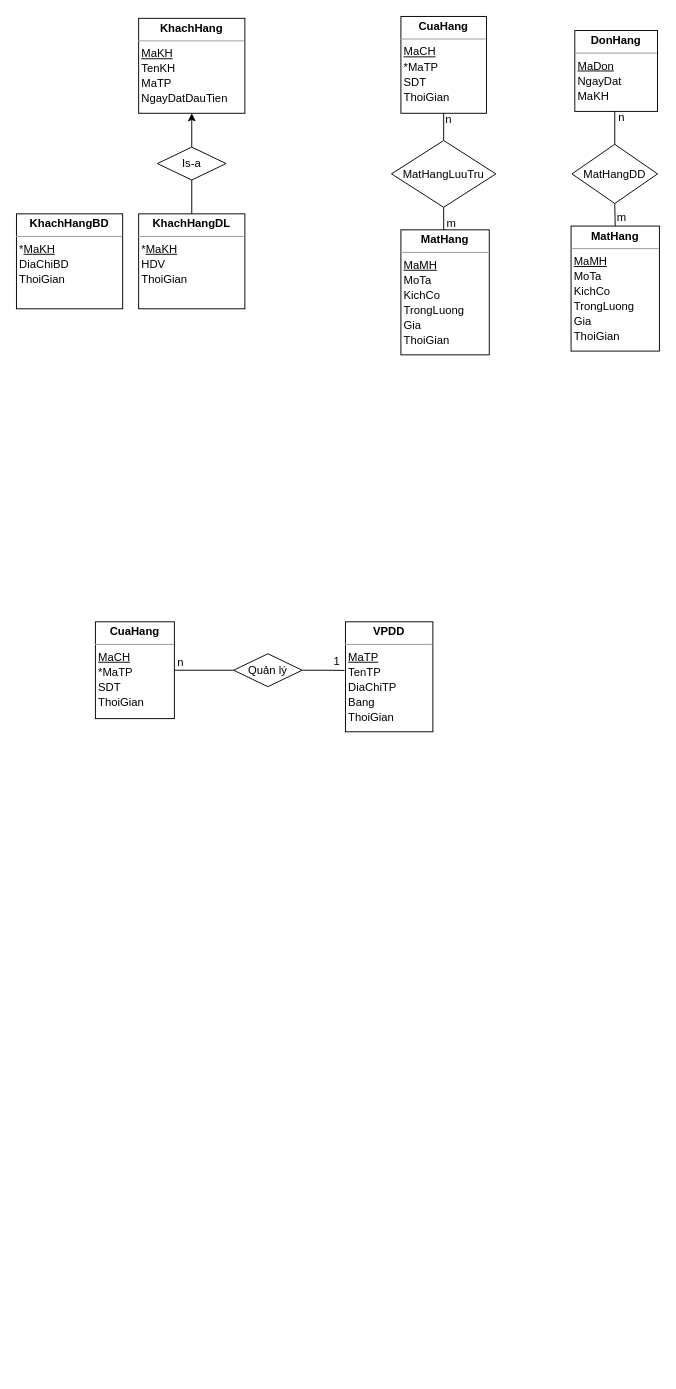
huybach2509/test2 keeps this draw.io diagram as data warehouse.drawio. Above is the earlier version. Source tidied: cells renumbered, new cells numbered last; positions are measured from the earlier drawing's top-left corner, leaving out a move shared by most shapes. Both pictures are drawn from the tidied source at 94%, with x=0, y=0 at pixel (16, 16).
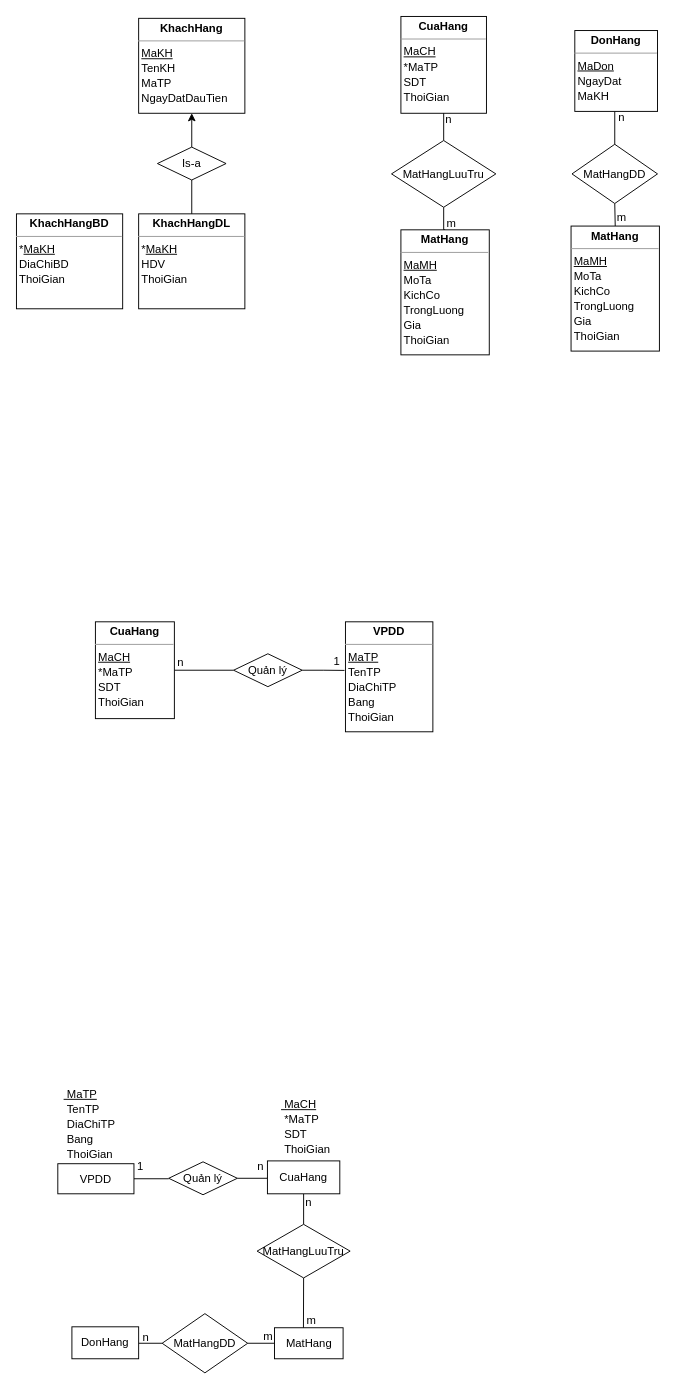
After the change.

The edit, as a diff of the source:
```diff
@@
+    <mxCell id="29" style="edgeStyle=orthogonalEdgeStyle;rounded=0;jettySize=auto;html=1;exitX=1;exitY=0.5;exitDx=0;exitDy=0;entryX=0;entryY=0.5;entryDx=0;entryDy=0;endArrow=none;endFill=0;exitPerimeter=0;" parent="1" edge="1" source="36" target="31">
+      <mxGeometry relative="1" as="geometry" />
+    </mxCell>
+    <mxCell id="30" style="edgeStyle=orthogonalEdgeStyle;rounded=0;jettySize=auto;html=1;exitX=1;exitY=0.5;exitDx=0;exitDy=0;entryX=0;entryY=0.5;entryDx=0;entryDy=0;endArrow=none;endFill=0;" parent="1" edge="1" source="31" target="38">
+      <mxGeometry relative="1" as="geometry" />
+    </mxCell>
+    <mxCell id="31" value="Quản lý" style="rhombus;whiteSpace=wrap;html=1;" parent="1" vertex="1">
+      <mxGeometry x="162" y="1218.5" width="73" height="35" as="geometry" />
+    </mxCell>
+    <mxCell id="32" value="n" style="text;html=1;strokeColor=none;fillColor=none;align=center;verticalAlign=middle;whiteSpace=wrap;rounded=0;" parent="1" vertex="1">
+      <mxGeometry x="230" y="1209" width="60" height="30" as="geometry" />
+    </mxCell>
+    <mxCell id="33" value="1" style="text;html=1;strokeColor=none;fillColor=none;align=center;verticalAlign=middle;whiteSpace=wrap;rounded=0;" parent="1" vertex="1">
+      <mxGeometry x="102" y="1209" width="60" height="30" as="geometry" />
+    </mxCell>
+    <mxCell id="34" value="&lt;div style=&quot;border-color: var(--border-color); text-align: left; height: 2px;&quot;&gt;&lt;u style=&quot;border-color: var(--border-color);&quot;&gt;&amp;nbsp;MaTP&lt;/u&gt;&lt;/div&gt;&lt;div style=&quot;border-color: var(--border-color); text-align: left; height: 2px;&quot;&gt;&lt;br style=&quot;border-color: var(--border-color);&quot;&gt;&lt;/div&gt;&lt;div style=&quot;border-color: var(--border-color); text-align: left; height: 2px;&quot;&gt;&lt;br style=&quot;border-color: var(--border-color);&quot;&gt;&lt;/div&gt;&lt;div style=&quot;border-color: var(--border-color); text-align: left; height: 2px;&quot;&gt;&lt;br style=&quot;border-color: var(--border-color);&quot;&gt;&lt;/div&gt;&lt;div style=&quot;border-color: var(--border-color); text-align: left; height: 2px;&quot;&gt;&lt;br style=&quot;border-color: var(--border-color);&quot;&gt;&lt;/div&gt;&lt;div style=&quot;border-color: var(--border-color); text-align: left; height: 2px;&quot;&gt;&lt;br style=&quot;border-color: var(--border-color);&quot;&gt;&lt;/div&gt;&lt;div style=&quot;border-color: var(--border-color); text-align: left; height: 2px;&quot;&gt;&lt;br style=&quot;border-color: var(--border-color);&quot;&gt;&lt;/div&gt;&lt;div style=&quot;border-color: var(--border-color); text-align: left; height: 2px;&quot;&gt;&lt;br style=&quot;border-color: var(--border-color);&quot;&gt;&lt;/div&gt;&lt;div style=&quot;border-color: var(--border-color); text-align: left; height: 2px;&quot;&gt;&amp;nbsp;TenTP&lt;/div&gt;&lt;div style=&quot;border-color: var(--border-color); text-align: left; height: 2px;&quot;&gt;&lt;br style=&quot;border-color: var(--border-color);&quot;&gt;&lt;/div&gt;&lt;div style=&quot;border-color: var(--border-color); text-align: left; height: 2px;&quot;&gt;&lt;br style=&quot;border-color: var(--border-color);&quot;&gt;&lt;/div&gt;&lt;div style=&quot;border-color: var(--border-color); text-align: left; height: 2px;&quot;&gt;&lt;br style=&quot;border-color: var(--border-color);&quot;&gt;&lt;/div&gt;&lt;div style=&quot;border-color: var(--border-color); text-align: left; height: 2px;&quot;&gt;&lt;br style=&quot;border-color: var(--border-color);&quot;&gt;&lt;/div&gt;&lt;div style=&quot;border-color: var(--border-color); text-align: left; height: 2px;&quot;&gt;&lt;br style=&quot;border-color: var(--border-color);&quot;&gt;&lt;/div&gt;&lt;div style=&quot;border-color: var(--border-color); text-align: left; height: 2px;&quot;&gt;&lt;br style=&quot;border-color: var(--border-color);&quot;&gt;&lt;/div&gt;&lt;div style=&quot;border-color: var(--border-color); text-align: left; height: 2px;&quot;&gt;&lt;br style=&quot;border-color: var(--border-color);&quot;&gt;&lt;/div&gt;&lt;div style=&quot;border-color: var(--border-color); text-align: left; height: 2px;&quot;&gt;&amp;nbsp;DiaChiTP&lt;/div&gt;&lt;div style=&quot;border-color: var(--border-color); text-align: left; height: 2px;&quot;&gt;&lt;br style=&quot;border-color: var(--border-color);&quot;&gt;&lt;/div&gt;&lt;div style=&quot;border-color: var(--border-color); text-align: left; height: 2px;&quot;&gt;&lt;br style=&quot;border-color: var(--border-color);&quot;&gt;&lt;/div&gt;&lt;div style=&quot;border-color: var(--border-color); text-align: left; height: 2px;&quot;&gt;&lt;br style=&quot;border-color: var(--border-color);&quot;&gt;&lt;/div&gt;&lt;div style=&quot;border-color: var(--border-color); text-align: left; height: 2px;&quot;&gt;&lt;br style=&quot;border-color: var(--border-color);&quot;&gt;&lt;/div&gt;&lt;div style=&quot;border-color: var(--border-color); text-align: left; height: 2px;&quot;&gt;&lt;br style=&quot;border-color: var(--border-color);&quot;&gt;&lt;/div&gt;&lt;div style=&quot;border-color: var(--border-color); text-align: left; height: 2px;&quot;&gt;&lt;br style=&quot;border-color: var(--border-color);&quot;&gt;&lt;/div&gt;&lt;div style=&quot;border-color: var(--border-color); text-align: left; height: 2px;&quot;&gt;&lt;br style=&quot;border-color: var(--border-color);&quot;&gt;&lt;/div&gt;&lt;div style=&quot;border-color: var(--border-color); text-align: left; height: 2px;&quot;&gt;&amp;nbsp;Bang&lt;/div&gt;&lt;div style=&quot;border-color: var(--border-color); text-align: left; height: 2px;&quot;&gt;&lt;br style=&quot;border-color: var(--border-color);&quot;&gt;&lt;/div&gt;&lt;div style=&quot;border-color: var(--border-color); text-align: left; height: 2px;&quot;&gt;&lt;br style=&quot;border-color: var(--border-color);&quot;&gt;&lt;/div&gt;&lt;div style=&quot;border-color: var(--border-color); text-align: left; height: 2px;&quot;&gt;&lt;br style=&quot;border-color: var(--border-color);&quot;&gt;&lt;/div&gt;&lt;div style=&quot;border-color: var(--border-color); text-align: left; height: 2px;&quot;&gt;&lt;br style=&quot;border-color: var(--border-color);&quot;&gt;&lt;/div&gt;&lt;div style=&quot;border-color: var(--border-color); text-align: left; height: 2px;&quot;&gt;&lt;br style=&quot;border-color: var(--border-color);&quot;&gt;&lt;/div&gt;&lt;div style=&quot;border-color: var(--border-color); text-align: left; height: 2px;&quot;&gt;&lt;br style=&quot;border-color: var(--border-color);&quot;&gt;&lt;/div&gt;&lt;div style=&quot;border-color: var(--border-color); text-align: left; height: 2px;&quot;&gt;&lt;br style=&quot;border-color: var(--border-color);&quot;&gt;&lt;/div&gt;&lt;div style=&quot;border-color: var(--border-color); text-align: left; height: 2px;&quot;&gt;&amp;nbsp;ThoiGian&lt;/div&gt;" style="text;html=1;strokeColor=none;fillColor=none;align=center;verticalAlign=middle;whiteSpace=wrap;rounded=0;" parent="1" vertex="1">
+      <mxGeometry x="48" y="1162" width="60" height="30" as="geometry" />
+    </mxCell>
+    <mxCell id="35" value="&lt;div style=&quot;border-color: var(--border-color); text-align: left; height: 2px;&quot;&gt;&lt;u style=&quot;border-color: var(--border-color);&quot;&gt;&amp;nbsp;MaCH&lt;/u&gt;&lt;/div&gt;&lt;div style=&quot;border-color: var(--border-color); text-align: left; height: 2px;&quot;&gt;&lt;br style=&quot;border-color: var(--border-color);&quot;&gt;&lt;/div&gt;&lt;div style=&quot;border-color: var(--border-color); text-align: left; height: 2px;&quot;&gt;&lt;br style=&quot;border-color: var(--border-color);&quot;&gt;&lt;/div&gt;&lt;div style=&quot;border-color: var(--border-color); text-align: left; height: 2px;&quot;&gt;&lt;br style=&quot;border-color: var(--border-color);&quot;&gt;&lt;/div&gt;&lt;div style=&quot;border-color: var(--border-color); text-align: left; height: 2px;&quot;&gt;&lt;br style=&quot;border-color: var(--border-color);&quot;&gt;&lt;/div&gt;&lt;div style=&quot;border-color: var(--border-color); text-align: left; height: 2px;&quot;&gt;&lt;br style=&quot;border-color: var(--border-color);&quot;&gt;&lt;/div&gt;&lt;div style=&quot;border-color: var(--border-color); text-align: left; height: 2px;&quot;&gt;&lt;br style=&quot;border-color: var(--border-color);&quot;&gt;&lt;/div&gt;&lt;div style=&quot;border-color: var(--border-color); text-align: left; height: 2px;&quot;&gt;&lt;br style=&quot;border-color: var(--border-color);&quot;&gt;&lt;/div&gt;&lt;div style=&quot;border-color: var(--border-color); text-align: left; height: 2px;&quot;&gt;&amp;nbsp;*MaTP&lt;/div&gt;&lt;div style=&quot;border-color: var(--border-color); text-align: left; height: 2px;&quot;&gt;&lt;br style=&quot;border-color: var(--border-color);&quot;&gt;&lt;/div&gt;&lt;div style=&quot;border-color: var(--border-color); text-align: left; height: 2px;&quot;&gt;&lt;br style=&quot;border-color: var(--border-color);&quot;&gt;&lt;/div&gt;&lt;div style=&quot;border-color: var(--border-color); text-align: left; height: 2px;&quot;&gt;&lt;br style=&quot;border-color: var(--border-color);&quot;&gt;&lt;/div&gt;&lt;div style=&quot;border-color: var(--border-color); text-align: left; height: 2px;&quot;&gt;&lt;br style=&quot;border-color: var(--border-color);&quot;&gt;&lt;/div&gt;&lt;div style=&quot;border-color: var(--border-color); text-align: left; height: 2px;&quot;&gt;&lt;br style=&quot;border-color: var(--border-color);&quot;&gt;&lt;/div&gt;&lt;div style=&quot;border-color: var(--border-color); text-align: left; height: 2px;&quot;&gt;&lt;br style=&quot;border-color: var(--border-color);&quot;&gt;&lt;/div&gt;&lt;div style=&quot;border-color: var(--border-color); text-align: left; height: 2px;&quot;&gt;&lt;br style=&quot;border-color: var(--border-color);&quot;&gt;&lt;/div&gt;&lt;div style=&quot;border-color: var(--border-color); text-align: left; height: 2px;&quot;&gt;&amp;nbsp;SDT&lt;/div&gt;&lt;div style=&quot;border-color: var(--border-color); text-align: left; height: 2px;&quot;&gt;&lt;br style=&quot;border-color: var(--border-color);&quot;&gt;&lt;/div&gt;&lt;div style=&quot;border-color: var(--border-color); text-align: left; height: 2px;&quot;&gt;&lt;br style=&quot;border-color: var(--border-color);&quot;&gt;&lt;/div&gt;&lt;div style=&quot;border-color: var(--border-color); text-align: left; height: 2px;&quot;&gt;&lt;br style=&quot;border-color: var(--border-color);&quot;&gt;&lt;/div&gt;&lt;div style=&quot;border-color: var(--border-color); text-align: left; height: 2px;&quot;&gt;&lt;br style=&quot;border-color: var(--border-color);&quot;&gt;&lt;/div&gt;&lt;div style=&quot;border-color: var(--border-color); text-align: left; height: 2px;&quot;&gt;&lt;br style=&quot;border-color: var(--border-color);&quot;&gt;&lt;/div&gt;&lt;div style=&quot;border-color: var(--border-color); text-align: left; height: 2px;&quot;&gt;&lt;br style=&quot;border-color: var(--border-color);&quot;&gt;&lt;/div&gt;&lt;div style=&quot;border-color: var(--border-color); text-align: left; height: 2px;&quot;&gt;&lt;br style=&quot;border-color: var(--border-color);&quot;&gt;&lt;/div&gt;&lt;div style=&quot;border-color: var(--border-color); text-align: left; height: 2px;&quot;&gt;&amp;nbsp;ThoiGian&lt;/div&gt;" style="text;html=1;strokeColor=none;fillColor=none;align=center;verticalAlign=middle;whiteSpace=wrap;rounded=0;" parent="1" vertex="1">
+      <mxGeometry x="278" y="1165" width="60" height="30" as="geometry" />
+    </mxCell>
+    <mxCell id="36" value="VPDD" style="rounded=0;whiteSpace=wrap;html=1;" parent="1" vertex="1">
+      <mxGeometry x="44" y="1220.5" width="81" height="32" as="geometry" />
+    </mxCell>
+    <mxCell id="37" style="edgeStyle=orthogonalEdgeStyle;rounded=0;jettySize=auto;html=1;exitX=0.5;exitY=1;exitDx=0;exitDy=0;entryX=0.5;entryY=0;entryDx=0;entryDy=0;endArrow=none;endFill=0;" parent="1" edge="1" source="38" target="40">
+      <mxGeometry relative="1" as="geometry" />
+    </mxCell>
+    <mxCell id="38" value="CuaHang" style="rounded=0;whiteSpace=wrap;html=1;" parent="1" vertex="1">
+      <mxGeometry x="267" y="1217.5" width="77" height="35" as="geometry" />
+    </mxCell>
+    <mxCell id="39" style="rounded=0;jettySize=auto;html=1;exitX=0.5;exitY=1;exitDx=0;exitDy=0;entryX=0.422;entryY=0.071;entryDx=0;entryDy=0;entryPerimeter=0;endArrow=none;endFill=0;" parent="1" edge="1" source="40" target="45">
+      <mxGeometry relative="1" as="geometry" />
+    </mxCell>
+    <mxCell id="40" value="MatHangLuuTru" style="rhombus;whiteSpace=wrap;html=1;" parent="1" vertex="1">
+      <mxGeometry x="256" y="1285" width="99" height="57" as="geometry" />
+    </mxCell>
+    <mxCell id="41" style="edgeStyle=orthogonalEdgeStyle;rounded=0;jettySize=auto;html=1;exitX=0;exitY=0.5;exitDx=0;exitDy=0;entryX=1;entryY=0.5;entryDx=0;entryDy=0;endArrow=none;endFill=0;" parent="1" edge="1" source="42" target="43">
+      <mxGeometry relative="1" as="geometry" />
+    </mxCell>
+    <mxCell id="42" value="MatHangDD" style="rhombus;whiteSpace=wrap;html=1;" parent="1" vertex="1">
+      <mxGeometry x="155" y="1380" width="91" height="63" as="geometry" />
+    </mxCell>
+    <mxCell id="43" value="DonHang" style="rounded=0;whiteSpace=wrap;html=1;" parent="1" vertex="1">
+      <mxGeometry x="59" y="1394" width="71" height="34" as="geometry" />
+    </mxCell>
+    <mxCell id="44" style="edgeStyle=orthogonalEdgeStyle;rounded=0;jettySize=auto;html=1;exitX=0;exitY=0.5;exitDx=0;exitDy=0;entryX=1;entryY=0.5;entryDx=0;entryDy=0;endArrow=none;endFill=0;" parent="1" edge="1" source="45" target="42">
+      <mxGeometry relative="1" as="geometry" />
+    </mxCell>
+    <mxCell id="45" value="MatHang" style="rounded=0;whiteSpace=wrap;html=1;" parent="1" vertex="1">
+      <mxGeometry x="274.5" y="1395" width="73" height="33" as="geometry" />
+    </mxCell>
+    <mxCell id="46" value="m" style="text;html=1;strokeColor=none;fillColor=none;align=center;verticalAlign=middle;whiteSpace=wrap;rounded=0;" parent="1" vertex="1">
+      <mxGeometry x="237.5" y="1389" width="60" height="30" as="geometry" />
+    </mxCell>
+    <mxCell id="47" value="n" style="text;html=1;strokeColor=none;fillColor=none;align=center;verticalAlign=middle;whiteSpace=wrap;rounded=0;" parent="1" vertex="1">
+      <mxGeometry x="108" y="1391" width="60" height="30" as="geometry" />
+    </mxCell>
+    <mxCell id="48" value="m" style="text;html=1;strokeColor=none;fillColor=none;align=center;verticalAlign=middle;whiteSpace=wrap;rounded=0;" parent="1" vertex="1">
+      <mxGeometry x="284" y="1372" width="60" height="30" as="geometry" />
+    </mxCell>
+    <mxCell id="49" value="n" style="text;html=1;strokeColor=none;fillColor=none;align=center;verticalAlign=middle;whiteSpace=wrap;rounded=0;" parent="1" vertex="1">
+      <mxGeometry x="281" y="1247" width="60" height="30" as="geometry" />
+    </mxCell>
```
